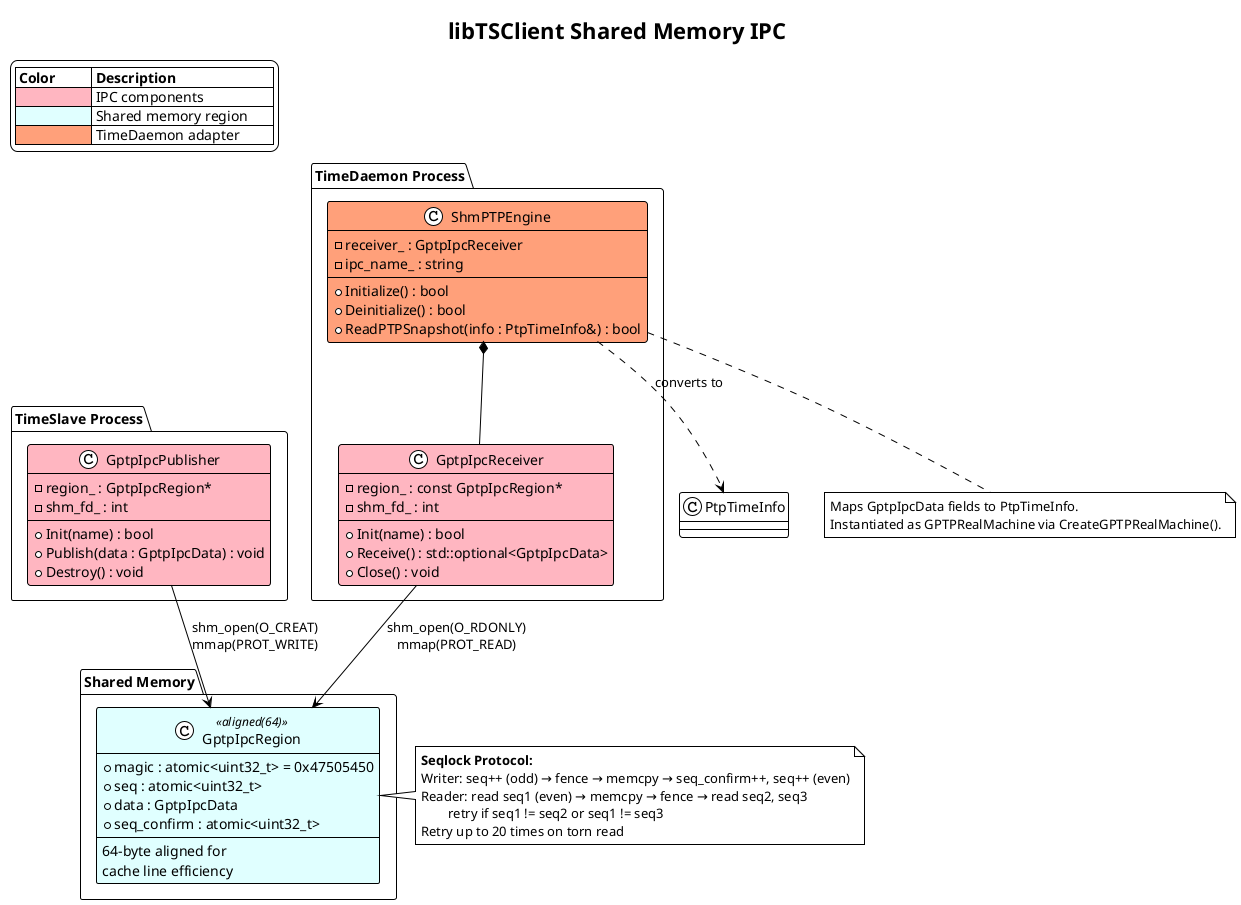
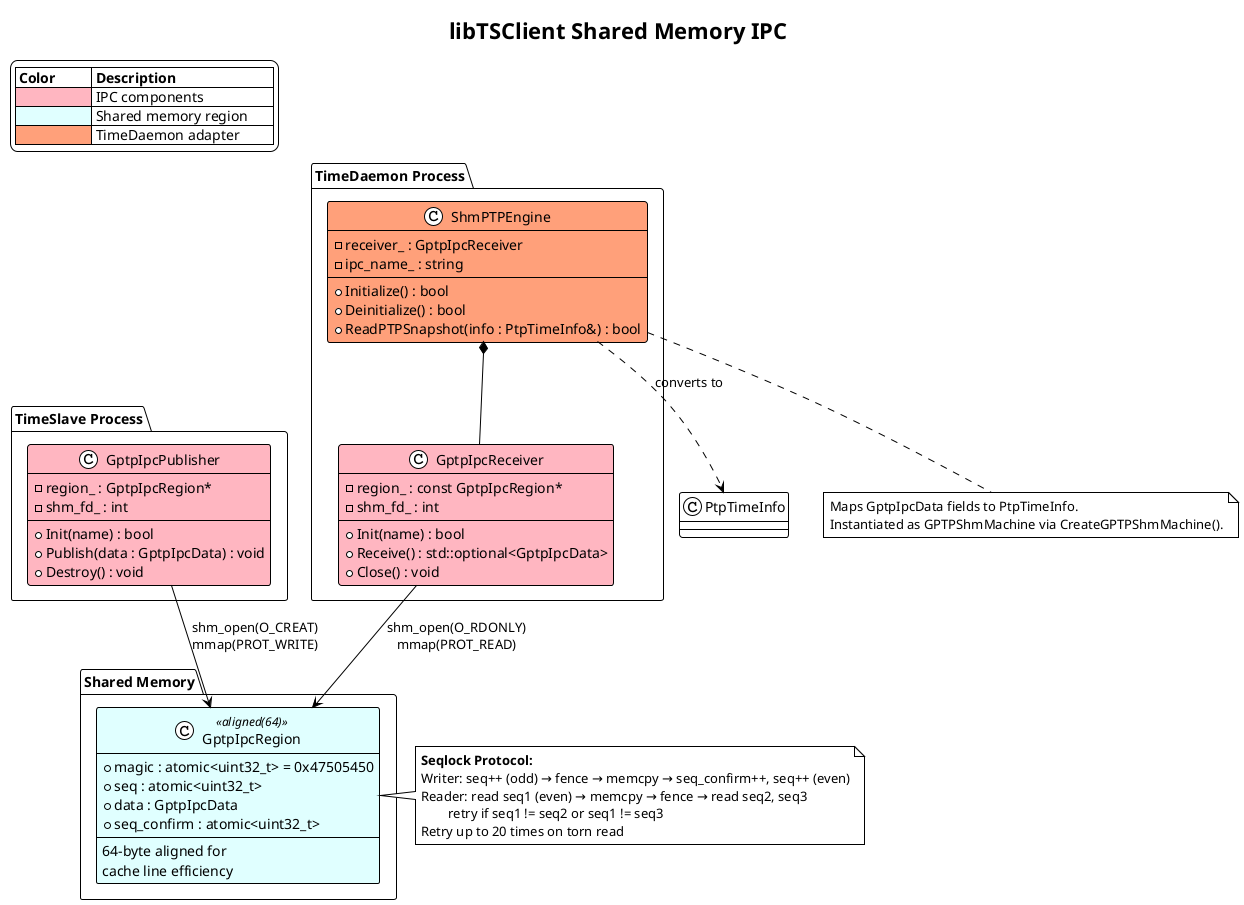
@startuml
!theme plain

title libTSClient Shared Memory IPC

legend top left
    |= Color          |= Description              |
    | <#LightPink>    | IPC components             |
    | <#LightCyan>    | Shared memory region       |
    | <#LightSalmon>  | TimeDaemon adapter         |
endlegend

package "TimeSlave Process" {
    class GptpIpcPublisher #LightPink {
        - region_ : GptpIpcRegion*
        - shm_fd_ : int
        + Init(name) : bool
        + Publish(data : GptpIpcData) : void
        + Destroy() : void
    }
}

package "Shared Memory" {
    class GptpIpcRegion <<aligned(64)>> #LightCyan {
        + magic : atomic<uint32_t> = 0x47505450
        + seq : atomic<uint32_t>
        + data : GptpIpcData
        + seq_confirm : atomic<uint32_t>
        --
        64-byte aligned for\ncache line efficiency
    }
}

package "TimeDaemon Process" {
    class GptpIpcReceiver #LightPink {
        - region_ : const GptpIpcRegion*
        - shm_fd_ : int
        + Init(name) : bool
        + Receive() : std::optional<GptpIpcData>
        + Close() : void
    }

    class ShmPTPEngine #LightSalmon {
        - receiver_ : GptpIpcReceiver
        - ipc_name_ : string
        + Initialize() : bool
        + Deinitialize() : bool
        + ReadPTPSnapshot(info : PtpTimeInfo&) : bool
    }
}

GptpIpcPublisher --> GptpIpcRegion : "shm_open(O_CREAT)\nmmap(PROT_WRITE)"
GptpIpcReceiver --> GptpIpcRegion : "shm_open(O_RDONLY)\nmmap(PROT_READ)"
ShmPTPEngine *-- GptpIpcReceiver
ShmPTPEngine ..> "PtpTimeInfo" : converts to

note right of GptpIpcRegion
  **Seqlock Protocol:**
  Writer: seq++ (odd) → fence → memcpy → seq_confirm++, seq++ (even)
  Reader: read seq1 (even) → memcpy → fence → read seq2, seq3
          retry if seq1 != seq2 or seq1 != seq3
  Retry up to 20 times on torn read
end note

note bottom of ShmPTPEngine
  Maps GptpIpcData fields to PtpTimeInfo.
-   Instantiated as GPTPRealMachine via CreateGPTPRealMachine().
+   Instantiated as GPTPShmMachine via CreateGPTPShmMachine().
end note

@enduml
